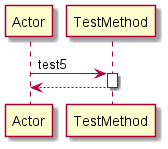
Before: Diagrams/SAFE/test5.png, a diagram exported from PlantUML (manucapo/Gardener).
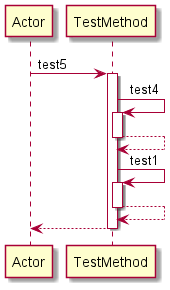
The same file after the commit.

Diff of the diagram source:
```diff
@@ -2,5 +2,13 @@
 participant Actor
 Actor -> TestMethod: test5
 activate TestMethod
+TestMethod -> TestMethod: test4
+activate TestMethod
+TestMethod-->TestMethod
+deactivate TestMethod
+TestMethod -> TestMethod: test1
+activate TestMethod
+TestMethod-->TestMethod
+deactivate TestMethod
 return
 @enduml
```
